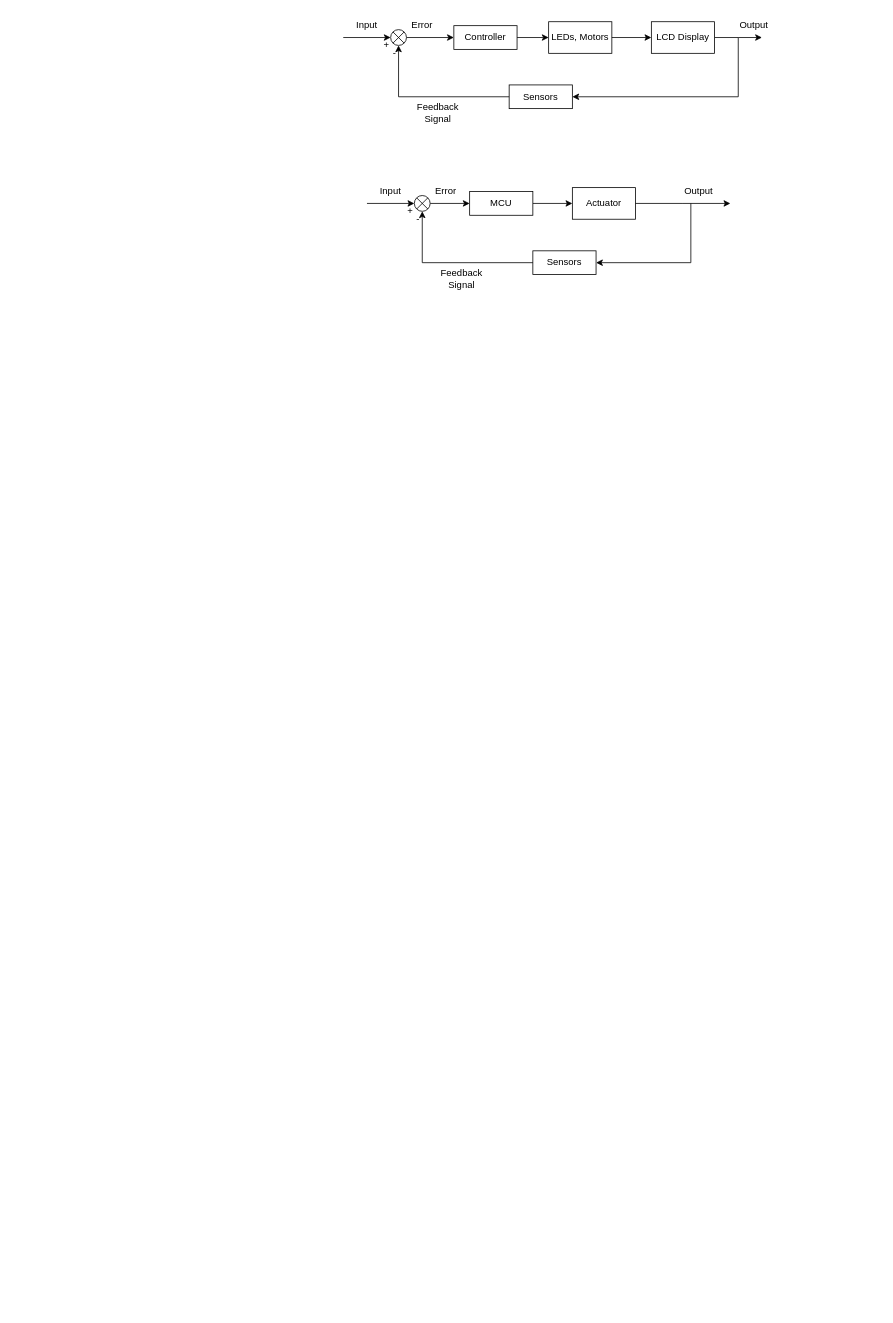
hovahyii/BTE3254_Project keeps this draw.io diagram as block diagram.drawio. Above is the earlier version. Source tidied: cells renumbered, new cells numbered last; positions are measured from the earlier drawing's top-left corner, leaving out a move shared by most shapes. Both pictures are drawn from the tidied source at 79%, with x=0, y=0 at pixel (343, 13).
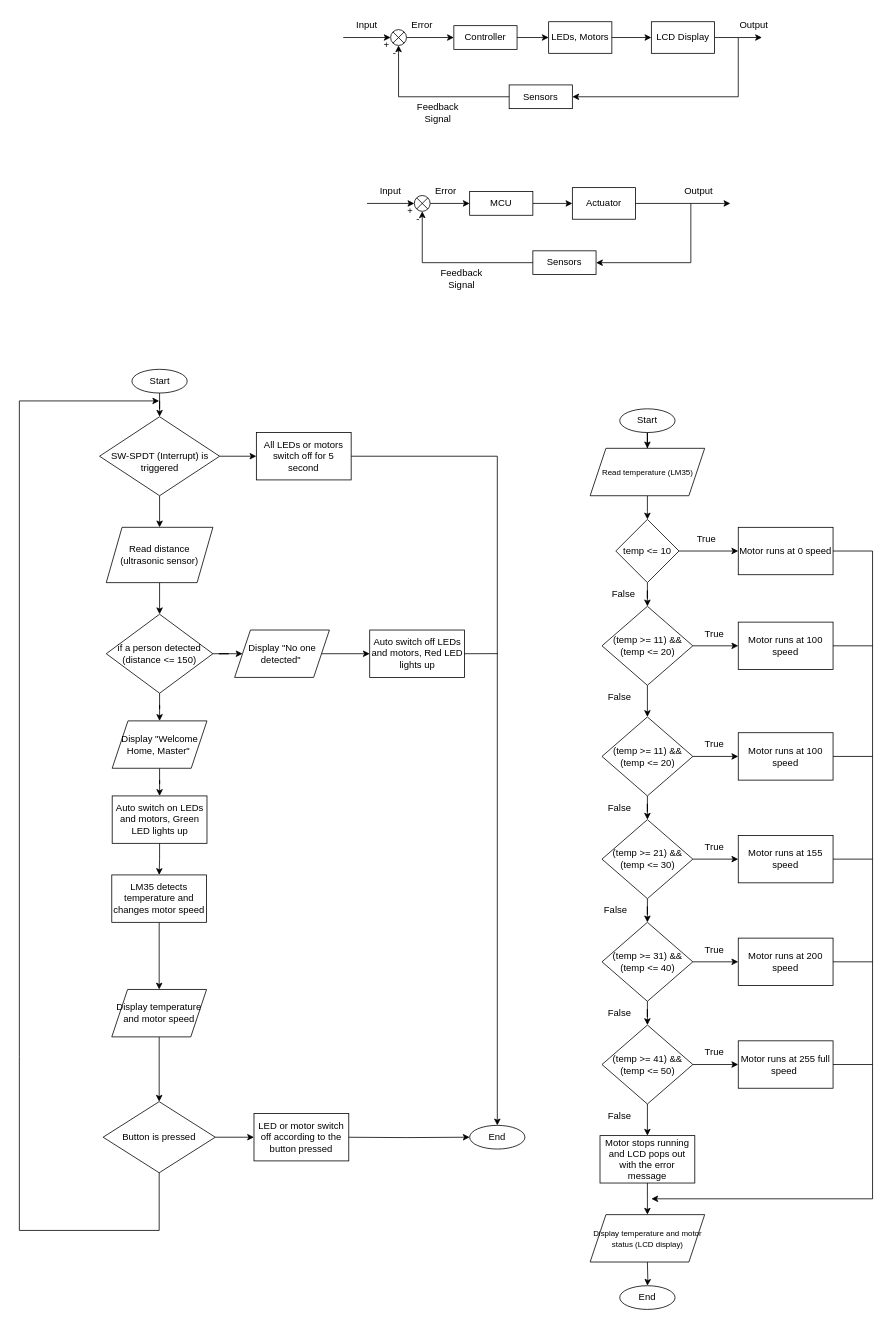
Above is the later version.

Diff of the diagram source:
```diff
@@
+    <mxCell id="40" style="edgeStyle=orthogonalEdgeStyle;rounded=0;jettySize=auto;html=1;" parent="1" edge="1" source="41" target="90">
+      <mxGeometry relative="1" as="geometry" />
+    </mxCell>
+    <mxCell id="41" value="Start" style="ellipse;whiteSpace=wrap;html=1;" parent="1" vertex="1">
+      <mxGeometry x="350" y="500" width="70" height="30" as="geometry" />
+    </mxCell>
+    <mxCell id="42" value="End" style="ellipse;whiteSpace=wrap;html=1;" parent="1" vertex="1">
+      <mxGeometry x="350" y="1610" width="70" height="30" as="geometry" />
+    </mxCell>
+    <mxCell id="43" style="edgeStyle=orthogonalEdgeStyle;rounded=0;jettySize=auto;html=1;" parent="1" edge="1" source="45" target="50">
+      <mxGeometry relative="1" as="geometry" />
+    </mxCell>
+    <mxCell id="44" style="edgeStyle=orthogonalEdgeStyle;rounded=0;jettySize=auto;html=1;" parent="1" edge="1" source="45" target="46">
+      <mxGeometry relative="1" as="geometry" />
+    </mxCell>
+    <mxCell id="45" value="temp &amp;lt;= 10" style="rhombus;whiteSpace=wrap;html=1;" parent="1" vertex="1">
+      <mxGeometry x="345" y="640" width="80" height="80" as="geometry" />
+    </mxCell>
+    <mxCell id="46" value="Motor runs at 0 speed" style="rounded=0;whiteSpace=wrap;html=1;" parent="1" vertex="1">
+      <mxGeometry x="500" y="650" width="120" height="60" as="geometry" />
+    </mxCell>
+    <mxCell id="47" value="Motor runs at 100 speed" style="rounded=0;whiteSpace=wrap;html=1;" parent="1" vertex="1">
+      <mxGeometry x="500" y="770" width="120" height="60" as="geometry" />
+    </mxCell>
+    <mxCell id="48" style="edgeStyle=orthogonalEdgeStyle;rounded=0;jettySize=auto;html=1;" parent="1" edge="1" source="50" target="54">
+      <mxGeometry relative="1" as="geometry" />
+    </mxCell>
+    <mxCell id="49" style="edgeStyle=orthogonalEdgeStyle;rounded=0;jettySize=auto;html=1;" parent="1" edge="1" source="50" target="47">
+      <mxGeometry relative="1" as="geometry" />
+    </mxCell>
+    <mxCell id="50" value="(temp &amp;gt;= 11) &amp;amp;&amp;amp; (temp &amp;lt;= 20)" style="rhombus;whiteSpace=wrap;html=1;" parent="1" vertex="1">
+      <mxGeometry x="327.5" y="750" width="115" height="100" as="geometry" />
+    </mxCell>
+    <mxCell id="51" value="Motor runs at 100 speed" style="rounded=0;whiteSpace=wrap;html=1;" parent="1" vertex="1">
+      <mxGeometry x="500" y="910" width="120" height="60" as="geometry" />
+    </mxCell>
+    <mxCell id="52" style="edgeStyle=orthogonalEdgeStyle;rounded=0;jettySize=auto;html=1;" parent="1" edge="1" source="54" target="57">
+      <mxGeometry relative="1" as="geometry" />
+    </mxCell>
+    <mxCell id="53" style="edgeStyle=orthogonalEdgeStyle;rounded=0;jettySize=auto;html=1;" parent="1" edge="1" source="54" target="51">
+      <mxGeometry relative="1" as="geometry" />
+    </mxCell>
+    <mxCell id="54" value="(temp &amp;gt;= 11) &amp;amp;&amp;amp; (temp &amp;lt;= 20)" style="rhombus;whiteSpace=wrap;html=1;" parent="1" vertex="1">
+      <mxGeometry x="327.5" y="890" width="115" height="100" as="geometry" />
+    </mxCell>
+    <mxCell id="55" style="edgeStyle=orthogonalEdgeStyle;rounded=0;jettySize=auto;html=1;" parent="1" edge="1" source="57" target="61">
+      <mxGeometry relative="1" as="geometry" />
+    </mxCell>
+    <mxCell id="56" style="edgeStyle=orthogonalEdgeStyle;rounded=0;jettySize=auto;html=1;" parent="1" edge="1" source="57" target="58">
+      <mxGeometry relative="1" as="geometry" />
+    </mxCell>
+    <mxCell id="57" value="(temp &amp;gt;= 21) &amp;amp;&amp;amp; (temp &amp;lt;= 30)" style="rhombus;whiteSpace=wrap;html=1;" parent="1" vertex="1">
+      <mxGeometry x="327.5" y="1020" width="115" height="100" as="geometry" />
+    </mxCell>
+    <mxCell id="58" value="Motor runs at 155 speed" style="rounded=0;whiteSpace=wrap;html=1;" parent="1" vertex="1">
+      <mxGeometry x="500" y="1040" width="120" height="60" as="geometry" />
+    </mxCell>
+    <mxCell id="59" style="edgeStyle=orthogonalEdgeStyle;rounded=0;jettySize=auto;html=1;" parent="1" edge="1" source="61" target="64">
+      <mxGeometry relative="1" as="geometry" />
+    </mxCell>
+    <mxCell id="60" style="edgeStyle=orthogonalEdgeStyle;rounded=0;jettySize=auto;html=1;" parent="1" edge="1" source="61" target="65">
+      <mxGeometry relative="1" as="geometry" />
+    </mxCell>
+    <mxCell id="61" value="(temp &amp;gt;= 31) &amp;amp;&amp;amp; (temp &amp;lt;= 40)" style="rhombus;whiteSpace=wrap;html=1;" parent="1" vertex="1">
+      <mxGeometry x="327.5" y="1150" width="115" height="100" as="geometry" />
+    </mxCell>
+    <mxCell id="62" style="edgeStyle=orthogonalEdgeStyle;rounded=0;jettySize=auto;html=1;" parent="1" edge="1" source="64" target="68">
+      <mxGeometry relative="1" as="geometry" />
+    </mxCell>
+    <mxCell id="63" style="edgeStyle=orthogonalEdgeStyle;rounded=0;jettySize=auto;html=1;" parent="1" edge="1" source="64" target="66">
+      <mxGeometry relative="1" as="geometry" />
+    </mxCell>
+    <mxCell id="64" value="(temp &amp;gt;= 41) &amp;amp;&amp;amp; (temp &amp;lt;= 50)" style="rhombus;whiteSpace=wrap;html=1;" parent="1" vertex="1">
+      <mxGeometry x="327.5" y="1280" width="115" height="100" as="geometry" />
+    </mxCell>
+    <mxCell id="65" value="Motor runs at 200 speed" style="rounded=0;whiteSpace=wrap;html=1;" parent="1" vertex="1">
+      <mxGeometry x="500" y="1170" width="120" height="60" as="geometry" />
+    </mxCell>
+    <mxCell id="66" value="Motor runs at 255 full speed&amp;nbsp;" style="rounded=0;whiteSpace=wrap;html=1;" parent="1" vertex="1">
+      <mxGeometry x="500" y="1300" width="120" height="60" as="geometry" />
+    </mxCell>
+    <mxCell id="67" style="edgeStyle=orthogonalEdgeStyle;rounded=0;jettySize=auto;html=1;" parent="1" edge="1" source="68">
+      <mxGeometry relative="1" as="geometry">
+        <mxPoint x="385" y="1520" as="targetPoint" />
+      </mxGeometry>
+    </mxCell>
+    <mxCell id="68" value="Motor stops running and LCD pops out with the error message" style="rounded=0;whiteSpace=wrap;html=1;" parent="1" vertex="1">
+      <mxGeometry x="325" y="1420" width="120" height="60" as="geometry" />
+    </mxCell>
+    <mxCell id="69" style="endArrow=classic;html=1;rounded=0;" parent="1" edge="1">
+      <mxGeometry relative="1" as="geometry">
+        <mxPoint x="670" y="680" as="sourcePoint" />
+        <mxPoint x="390" y="1500" as="targetPoint" />
+        <Array as="points">
+          <mxPoint x="670" y="680" />
+          <mxPoint x="670" y="1500" />
+        </Array>
+      </mxGeometry>
+    </mxCell>
+    <mxCell id="70" style="endArrow=none;html=1;rounded=0;exitX=1;exitY=0.5;exitDx=0;exitDy=0;" parent="1" edge="1" source="46">
+      <mxGeometry relative="1" as="geometry">
+        <mxPoint x="670" y="680" as="targetPoint" />
+      </mxGeometry>
+    </mxCell>
+    <mxCell id="71" style="endArrow=none;html=1;rounded=0;exitX=1;exitY=0.5;exitDx=0;exitDy=0;" parent="1" edge="1" source="51">
+      <mxGeometry relative="1" as="geometry">
+        <mxPoint x="670" y="940" as="targetPoint" />
+      </mxGeometry>
+    </mxCell>
+    <mxCell id="72" style="endArrow=none;html=1;rounded=0;exitX=1;exitY=0.5;exitDx=0;exitDy=0;" parent="1" edge="1" source="47">
+      <mxGeometry relative="1" as="geometry">
+        <mxPoint x="670" y="800" as="targetPoint" />
+      </mxGeometry>
+    </mxCell>
+    <mxCell id="73" style="endArrow=none;html=1;rounded=0;exitX=1;exitY=0.5;exitDx=0;exitDy=0;" parent="1" edge="1" source="58">
+      <mxGeometry relative="1" as="geometry">
+        <mxPoint x="670" y="1070" as="targetPoint" />
+      </mxGeometry>
+    </mxCell>
+    <mxCell id="74" style="endArrow=none;html=1;rounded=0;exitX=1;exitY=0.5;exitDx=0;exitDy=0;" parent="1" edge="1" source="65">
+      <mxGeometry relative="1" as="geometry">
+        <mxPoint x="670" y="1200" as="targetPoint" />
+      </mxGeometry>
+    </mxCell>
+    <mxCell id="75" style="endArrow=none;html=1;rounded=0;exitX=1;exitY=0.5;exitDx=0;exitDy=0;" parent="1" edge="1" source="66">
+      <mxGeometry relative="1" as="geometry">
+        <mxPoint x="670" y="1330" as="targetPoint" />
+      </mxGeometry>
+    </mxCell>
+    <mxCell id="76" value="True" style="text;html=1;strokeColor=none;fillColor=none;align=center;verticalAlign=middle;whiteSpace=wrap;rounded=0;" parent="1" vertex="1">
+      <mxGeometry x="430" y="650" width="60" height="30" as="geometry" />
+    </mxCell>
+    <mxCell id="77" value="True" style="text;html=1;strokeColor=none;fillColor=none;align=center;verticalAlign=middle;whiteSpace=wrap;rounded=0;" parent="1" vertex="1">
+      <mxGeometry x="440" y="770" width="60" height="30" as="geometry" />
+    </mxCell>
+    <mxCell id="78" value="True" style="text;html=1;strokeColor=none;fillColor=none;align=center;verticalAlign=middle;whiteSpace=wrap;rounded=0;" parent="1" vertex="1">
+      <mxGeometry x="440" y="910" width="60" height="30" as="geometry" />
+    </mxCell>
+    <mxCell id="79" value="True" style="text;html=1;strokeColor=none;fillColor=none;align=center;verticalAlign=middle;whiteSpace=wrap;rounded=0;" parent="1" vertex="1">
+      <mxGeometry x="440" y="1040" width="60" height="30" as="geometry" />
+    </mxCell>
+    <mxCell id="80" value="True" style="text;html=1;strokeColor=none;fillColor=none;align=center;verticalAlign=middle;whiteSpace=wrap;rounded=0;" parent="1" vertex="1">
+      <mxGeometry x="440" y="1170" width="60" height="30" as="geometry" />
+    </mxCell>
+    <mxCell id="81" value="True" style="text;html=1;strokeColor=none;fillColor=none;align=center;verticalAlign=middle;whiteSpace=wrap;rounded=0;" parent="1" vertex="1">
+      <mxGeometry x="440" y="1300" width="60" height="30" as="geometry" />
+    </mxCell>
+    <mxCell id="82" value="False" style="text;html=1;strokeColor=none;fillColor=none;align=center;verticalAlign=middle;whiteSpace=wrap;rounded=0;" parent="1" vertex="1">
+      <mxGeometry x="325" y="720" width="60" height="30" as="geometry" />
+    </mxCell>
+    <mxCell id="83" value="False" style="text;html=1;strokeColor=none;fillColor=none;align=center;verticalAlign=middle;whiteSpace=wrap;rounded=0;" parent="1" vertex="1">
+      <mxGeometry x="320" y="850" width="60" height="30" as="geometry" />
+    </mxCell>
+    <mxCell id="84" value="False" style="text;html=1;strokeColor=none;fillColor=none;align=center;verticalAlign=middle;whiteSpace=wrap;rounded=0;" parent="1" vertex="1">
+      <mxGeometry x="320" y="990" width="60" height="30" as="geometry" />
+    </mxCell>
+    <mxCell id="85" value="False" style="text;html=1;strokeColor=none;fillColor=none;align=center;verticalAlign=middle;whiteSpace=wrap;rounded=0;" parent="1" vertex="1">
+      <mxGeometry x="315" y="1120" width="60" height="30" as="geometry" />
+    </mxCell>
+    <mxCell id="86" value="False" style="text;html=1;strokeColor=none;fillColor=none;align=center;verticalAlign=middle;whiteSpace=wrap;rounded=0;" parent="1" vertex="1">
+      <mxGeometry x="320" y="1250" width="60" height="30" as="geometry" />
+    </mxCell>
+    <mxCell id="87" value="False" style="text;html=1;strokeColor=none;fillColor=none;align=center;verticalAlign=middle;whiteSpace=wrap;rounded=0;" parent="1" vertex="1">
+      <mxGeometry x="320" y="1380" width="60" height="30" as="geometry" />
+    </mxCell>
+    <mxCell id="88" style="edgeStyle=orthogonalEdgeStyle;rounded=0;jettySize=auto;html=1;" parent="1" edge="1" target="42">
+      <mxGeometry relative="1" as="geometry">
+        <mxPoint x="385" y="1580" as="sourcePoint" />
+      </mxGeometry>
+    </mxCell>
+    <mxCell id="89" style="edgeStyle=orthogonalEdgeStyle;rounded=0;jettySize=auto;html=1;" parent="1" edge="1" source="90">
+      <mxGeometry relative="1" as="geometry">
+        <mxPoint x="385" y="640" as="targetPoint" />
+      </mxGeometry>
+    </mxCell>
+    <mxCell id="90" value="&lt;font style=&quot;font-size: 10px;&quot;&gt;Read temperature (LM35)&lt;/font&gt;" style="shape=parallelogram;perimeter=parallelogramPerimeter;whiteSpace=wrap;html=1;fixedSize=1;" parent="1" vertex="1">
+      <mxGeometry x="312.5" y="550" width="145" height="60" as="geometry" />
+    </mxCell>
+    <mxCell id="91" value="&lt;font style=&quot;font-size: 10px;&quot;&gt;Display temperature and motor status (LCD display)&lt;/font&gt;" style="shape=parallelogram;perimeter=parallelogramPerimeter;whiteSpace=wrap;html=1;fixedSize=1;align=center;" parent="1" vertex="1">
+      <mxGeometry x="312.5" y="1520" width="145" height="60" as="geometry" />
+    </mxCell>
+    <mxCell id="92" style="edgeStyle=orthogonalEdgeStyle;rounded=0;jettySize=auto;html=1;" parent="1" edge="1" source="93" target="110">
+      <mxGeometry relative="1" as="geometry" />
+    </mxCell>
+    <mxCell id="93" value="Start" style="ellipse;whiteSpace=wrap;html=1;" parent="1" vertex="1">
+      <mxGeometry x="-267.5" y="450" width="70" height="30" as="geometry" />
+    </mxCell>
+    <mxCell id="94" style="edgeStyle=orthogonalEdgeStyle;rounded=0;jettySize=auto;html=1;" parent="1" edge="1" source="95" target="98">
+      <mxGeometry relative="1" as="geometry" />
+    </mxCell>
+    <mxCell id="95" value="Read distance (ultrasonic sensor)" style="shape=parallelogram;perimeter=parallelogramPerimeter;whiteSpace=wrap;html=1;fixedSize=1;" parent="1" vertex="1">
+      <mxGeometry x="-300" y="650" width="135" height="70" as="geometry" />
+    </mxCell>
+    <mxCell id="96" style="edgeStyle=orthogonalEdgeStyle;rounded=0;jettySize=auto;html=1;entryX=0.5;entryY=0;entryDx=0;entryDy=0;" parent="1" edge="1" source="98" target="100">
+      <mxGeometry relative="1" as="geometry" />
+    </mxCell>
+    <mxCell id="97" style="edgeStyle=orthogonalEdgeStyle;rounded=0;jettySize=auto;html=1;" parent="1" edge="1" source="98" target="102">
+      <mxGeometry relative="1" as="geometry" />
+    </mxCell>
+    <mxCell id="98" value="if a person detected (distance &amp;lt;= 150)" style="rhombus;whiteSpace=wrap;html=1;" parent="1" vertex="1">
+      <mxGeometry x="-300" y="760" width="135" height="100" as="geometry" />
+    </mxCell>
+    <mxCell id="99" style="edgeStyle=orthogonalEdgeStyle;rounded=0;jettySize=auto;html=1;entryX=0.5;entryY=0;entryDx=0;entryDy=0;" parent="1" edge="1" source="100" target="104">
+      <mxGeometry relative="1" as="geometry" />
+    </mxCell>
+    <mxCell id="100" value="Display &quot;Welcome Home, Master&quot;&amp;nbsp;" style="shape=parallelogram;perimeter=parallelogramPerimeter;whiteSpace=wrap;html=1;fixedSize=1;" parent="1" vertex="1">
+      <mxGeometry x="-292.5" y="895" width="120" height="60" as="geometry" />
+    </mxCell>
+    <mxCell id="101" style="edgeStyle=orthogonalEdgeStyle;rounded=0;jettySize=auto;html=1;" parent="1" edge="1" source="102" target="105">
+      <mxGeometry relative="1" as="geometry" />
+    </mxCell>
+    <mxCell id="102" value="Display &quot;No one detected&quot;&amp;nbsp;" style="shape=parallelogram;perimeter=parallelogramPerimeter;whiteSpace=wrap;html=1;fixedSize=1;" parent="1" vertex="1">
+      <mxGeometry x="-137.5" y="780" width="120" height="60" as="geometry" />
+    </mxCell>
+    <mxCell id="103" style="edgeStyle=orthogonalEdgeStyle;rounded=0;jettySize=auto;html=1;" parent="1" edge="1" source="104" target="117">
+      <mxGeometry relative="1" as="geometry" />
+    </mxCell>
+    <mxCell id="104" value="Auto switch on LEDs and motors, Green LED lights up" style="rounded=0;whiteSpace=wrap;html=1;" parent="1" vertex="1">
+      <mxGeometry x="-292.5" y="990" width="120" height="60" as="geometry" />
+    </mxCell>
+    <mxCell id="105" value="Auto switch off LEDs and motors, Red LED lights up" style="rounded=0;whiteSpace=wrap;html=1;" parent="1" vertex="1">
+      <mxGeometry x="33.5" y="780" width="120" height="60" as="geometry" />
+    </mxCell>
+    <mxCell id="106" style="edgeStyle=orthogonalEdgeStyle;rounded=0;jettySize=auto;html=1;" parent="1" edge="1" source="107" target="114">
+      <mxGeometry relative="1" as="geometry" />
+    </mxCell>
+    <mxCell id="107" value="Button is pressed" style="rhombus;whiteSpace=wrap;html=1;" parent="1" vertex="1">
+      <mxGeometry x="-304" y="1377" width="142" height="90" as="geometry" />
+    </mxCell>
+    <mxCell id="108" style="edgeStyle=orthogonalEdgeStyle;rounded=0;jettySize=auto;html=1;" parent="1" edge="1" source="110" target="112">
+      <mxGeometry relative="1" as="geometry" />
+    </mxCell>
+    <mxCell id="109" style="edgeStyle=orthogonalEdgeStyle;rounded=0;jettySize=auto;html=1;" parent="1" edge="1" source="110" target="95">
+      <mxGeometry relative="1" as="geometry" />
+    </mxCell>
+    <mxCell id="110" value="&lt;br&gt;&lt;span style=&quot;color: rgb(0, 0, 0); font-family: Helvetica; font-size: 12px; font-style: normal; font-variant-ligatures: normal; font-variant-caps: normal; font-weight: 400; letter-spacing: normal; orphans: 2; text-align: center; text-indent: 0px; text-transform: none; widows: 2; word-spacing: 0px; -webkit-text-stroke-width: 0px; background-color: rgb(251, 251, 251); text-decoration-thickness: initial; text-decoration-style: initial; text-decoration-color: initial; float: none; display: inline !important;&quot;&gt;SW-SPDT (Interrupt) is triggered&lt;/span&gt;" style="rhombus;whiteSpace=wrap;html=1;" parent="1" vertex="1">
+      <mxGeometry x="-308.5" y="510" width="152" height="100" as="geometry" />
+    </mxCell>
+    <mxCell id="111" style="edgeStyle=orthogonalEdgeStyle;rounded=0;jettySize=auto;html=1;entryX=0.5;entryY=0;entryDx=0;entryDy=0;" parent="1" edge="1" source="112" target="115">
+      <mxGeometry relative="1" as="geometry" />
+    </mxCell>
+    <mxCell id="112" value="All LEDs or motors switch off for 5 second" style="rounded=0;whiteSpace=wrap;html=1;" parent="1" vertex="1">
+      <mxGeometry x="-110" y="530" width="120" height="60" as="geometry" />
+    </mxCell>
+    <mxCell id="113" style="edgeStyle=orthogonalEdgeStyle;rounded=0;jettySize=auto;html=1;" parent="1" edge="1" target="115">
+      <mxGeometry relative="1" as="geometry">
+        <mxPoint x="-1.5" y="1422" as="sourcePoint" />
+      </mxGeometry>
+    </mxCell>
+    <mxCell id="114" value="LED or motor switch off according to the button pressed" style="rounded=0;whiteSpace=wrap;html=1;" parent="1" vertex="1">
+      <mxGeometry x="-113" y="1392" width="120" height="60" as="geometry" />
+    </mxCell>
+    <mxCell id="115" value="End" style="ellipse;whiteSpace=wrap;html=1;" parent="1" vertex="1">
+      <mxGeometry x="160" y="1407" width="70" height="30" as="geometry" />
+    </mxCell>
+    <mxCell id="116" style="edgeStyle=orthogonalEdgeStyle;rounded=0;jettySize=auto;html=1;" parent="1" edge="1" source="117" target="121">
+      <mxGeometry relative="1" as="geometry" />
+    </mxCell>
+    <mxCell id="117" value="LM35 detects temperature and changes motor speed" style="rounded=0;whiteSpace=wrap;html=1;" parent="1" vertex="1">
+      <mxGeometry x="-293" y="1090" width="120" height="60" as="geometry" />
+    </mxCell>
+    <mxCell id="118" style="endArrow=classic;html=1;rounded=0;exitX=0.5;exitY=1;exitDx=0;exitDy=0;" parent="1" edge="1" source="107">
+      <mxGeometry relative="1" as="geometry">
+        <mxPoint x="-233" y="490" as="targetPoint" />
+        <Array as="points">
+          <mxPoint x="-233" y="1540" />
+          <mxPoint x="-410" y="1540" />
+          <mxPoint x="-410" y="1320" />
+          <mxPoint x="-410" y="490" />
+        </Array>
+      </mxGeometry>
+    </mxCell>
+    <mxCell id="119" style="endArrow=none;html=1;rounded=0;exitX=1;exitY=0.5;exitDx=0;exitDy=0;" parent="1" edge="1" source="105">
+      <mxGeometry relative="1" as="geometry">
+        <mxPoint x="195.5" y="809.9" as="targetPoint" />
+      </mxGeometry>
+    </mxCell>
+    <mxCell id="120" style="edgeStyle=orthogonalEdgeStyle;rounded=0;jettySize=auto;html=1;" parent="1" edge="1" source="121" target="107">
+      <mxGeometry relative="1" as="geometry" />
+    </mxCell>
+    <mxCell id="121" value="Display temperature and motor speed" style="shape=parallelogram;perimeter=parallelogramPerimeter;whiteSpace=wrap;html=1;fixedSize=1;" parent="1" vertex="1">
+      <mxGeometry x="-293" y="1235" width="120" height="60" as="geometry" />
+    </mxCell>
```
